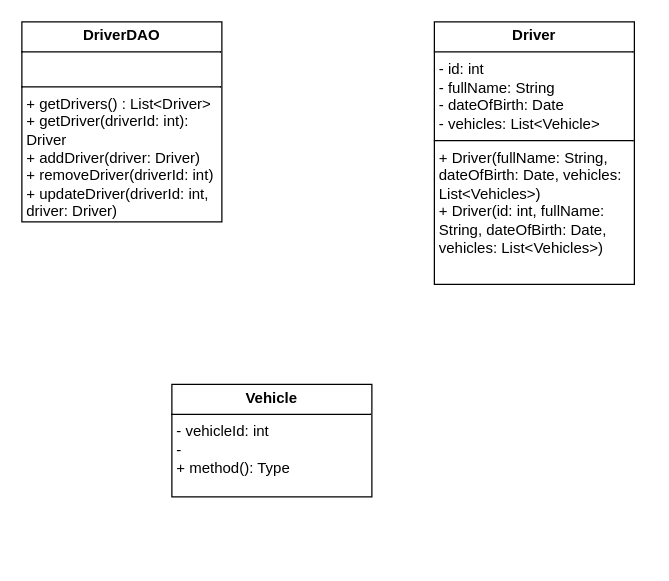
The draw.io diagram lab2.drawio in duahifnv/SystemsArchitecture, before the edit. Source tidied: cells renumbered, new cells numbered last; positions are measured from the earlier drawing's top-left corner, leaving out a move shared by most shapes. Both pictures are drawn from the tidied source at 125%, with x=0, y=0 at pixel (21, 21).
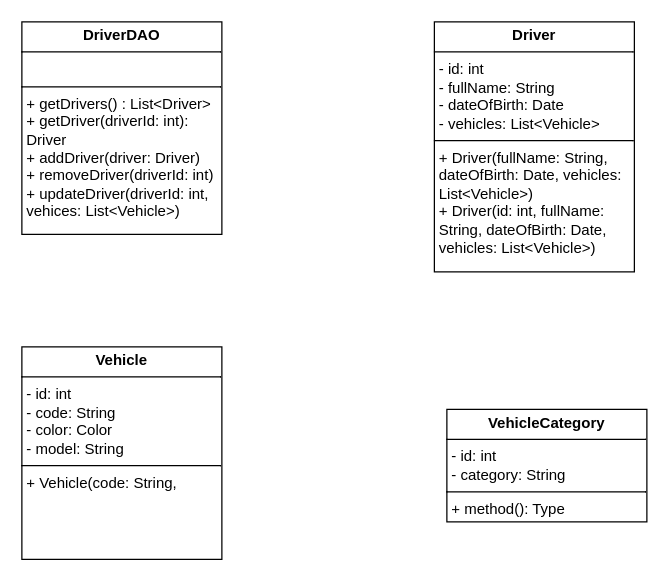
The same diagram, later.

What changed in the source:
```diff
@@
 <mxGraphModel>
   <root>
     <mxCell id="0" />
     <mxCell id="1" parent="0" />
-    <mxCell id="2" value="&lt;p style=&quot;margin:0px;margin-top:4px;text-align:center;&quot;&gt;&lt;b&gt;DriverDAO&lt;/b&gt;&lt;/p&gt;&lt;hr size=&quot;1&quot; style=&quot;border-style:solid;&quot;&gt;&lt;p style=&quot;margin:0px;margin-left:4px;&quot;&gt;&lt;br&gt;&lt;/p&gt;&lt;hr size=&quot;1&quot; style=&quot;border-style:solid;&quot;&gt;&lt;p style=&quot;margin:0px;margin-left:4px;&quot;&gt;+ getDrivers() : List&amp;lt;Driver&amp;gt;&lt;/p&gt;&lt;p style=&quot;margin:0px;margin-left:4px;&quot;&gt;+ getDriver(driverId: int): Driver&lt;/p&gt;&lt;p style=&quot;margin:0px;margin-left:4px;&quot;&gt;+ addDriver(driver: Driver)&lt;/p&gt;&lt;p style=&quot;margin:0px;margin-left:4px;&quot;&gt;+ removeDriver(driverId: int)&lt;/p&gt;&lt;p style=&quot;margin:0px;margin-left:4px;&quot;&gt;+ updateDriver(driverId: int, driver: Driver)&lt;/p&gt;" style="verticalAlign=top;align=left;overflow=fill;html=1;whiteSpace=wrap;" parent="1" vertex="1">
-      <mxGeometry width="160" height="160" as="geometry" />
+    <mxCell id="2" value="&lt;p style=&quot;margin:0px;margin-top:4px;text-align:center;&quot;&gt;&lt;b&gt;DriverDAO&lt;/b&gt;&lt;/p&gt;&lt;hr size=&quot;1&quot; style=&quot;border-style:solid;&quot;&gt;&lt;p style=&quot;margin:0px;margin-left:4px;&quot;&gt;&lt;br&gt;&lt;/p&gt;&lt;hr size=&quot;1&quot; style=&quot;border-style:solid;&quot;&gt;&lt;p style=&quot;margin:0px;margin-left:4px;&quot;&gt;+ getDrivers() : List&amp;lt;Driver&amp;gt;&lt;/p&gt;&lt;p style=&quot;margin:0px;margin-left:4px;&quot;&gt;+ getDriver(driverId: int): Driver&lt;/p&gt;&lt;p style=&quot;margin:0px;margin-left:4px;&quot;&gt;+ addDriver(driver: Driver)&lt;/p&gt;&lt;p style=&quot;margin:0px;margin-left:4px;&quot;&gt;+ removeDriver(driverId: int)&lt;/p&gt;&lt;p style=&quot;margin:0px;margin-left:4px;&quot;&gt;+ updateDriver(driverId: int, vehices: List&amp;lt;Vehicle&amp;gt;)&lt;/p&gt;" style="verticalAlign=top;align=left;overflow=fill;html=1;whiteSpace=wrap;" parent="1" vertex="1">
+      <mxGeometry width="160" height="170" as="geometry" />
     </mxCell>
-    <mxCell id="3" value="&lt;p style=&quot;margin:0px;margin-top:4px;text-align:center;&quot;&gt;&lt;b&gt;Driver&lt;/b&gt;&lt;/p&gt;&lt;hr size=&quot;1&quot; style=&quot;border-style:solid;&quot;&gt;&lt;p style=&quot;margin:0px;margin-left:4px;&quot;&gt;- id: int&lt;/p&gt;&lt;p style=&quot;margin:0px;margin-left:4px;&quot;&gt;- fullName: String&lt;/p&gt;&lt;p style=&quot;margin:0px;margin-left:4px;&quot;&gt;- dateOfBirth: Date&lt;/p&gt;&lt;p style=&quot;margin:0px;margin-left:4px;&quot;&gt;- vehicles: List&amp;lt;Vehicle&amp;gt;&lt;/p&gt;&lt;hr size=&quot;1&quot; style=&quot;border-style:solid;&quot;&gt;&lt;p style=&quot;margin:0px;margin-left:4px;&quot;&gt;+ Driver(fullName: String, dateOfBirth: Date, vehicles: List&amp;lt;Vehicles&amp;gt;)&lt;/p&gt;&lt;p style=&quot;margin:0px;margin-left:4px;&quot;&gt;+ Driver(id: int,&amp;nbsp;&lt;span style=&quot;background-color: initial;&quot;&gt;fullName: String, dateOfBirth: Date, vehicles: List&amp;lt;Vehicles&amp;gt;)&lt;/span&gt;&lt;/p&gt;" style="verticalAlign=top;align=left;overflow=fill;html=1;whiteSpace=wrap;" parent="1" vertex="1">
-      <mxGeometry x="330" width="160" height="210" as="geometry" />
+    <mxCell id="3" value="&lt;p style=&quot;margin:0px;margin-top:4px;text-align:center;&quot;&gt;&lt;b&gt;Driver&lt;/b&gt;&lt;/p&gt;&lt;hr size=&quot;1&quot; style=&quot;border-style:solid;&quot;&gt;&lt;p style=&quot;margin:0px;margin-left:4px;&quot;&gt;- id: int&lt;/p&gt;&lt;p style=&quot;margin:0px;margin-left:4px;&quot;&gt;- fullName: String&lt;/p&gt;&lt;p style=&quot;margin:0px;margin-left:4px;&quot;&gt;- dateOfBirth: Date&lt;/p&gt;&lt;p style=&quot;margin:0px;margin-left:4px;&quot;&gt;- vehicles: List&amp;lt;Vehicle&amp;gt;&lt;/p&gt;&lt;hr size=&quot;1&quot; style=&quot;border-style:solid;&quot;&gt;&lt;p style=&quot;margin:0px;margin-left:4px;&quot;&gt;+ Driver(fullName: String, dateOfBirth: Date, vehicles: List&amp;lt;Vehicle&amp;gt;)&lt;/p&gt;&lt;p style=&quot;margin:0px;margin-left:4px;&quot;&gt;+ Driver(id: int,&amp;nbsp;&lt;span style=&quot;background-color: initial;&quot;&gt;fullName: String, dateOfBirth: Date, vehicles: List&amp;lt;Vehicle&amp;gt;)&lt;/span&gt;&lt;/p&gt;" style="verticalAlign=top;align=left;overflow=fill;html=1;whiteSpace=wrap;" parent="1" vertex="1">
+      <mxGeometry x="330" width="160" height="200" as="geometry" />
     </mxCell>
-    <mxCell id="4" value="&lt;p style=&quot;margin:0px;margin-top:4px;text-align:center;&quot;&gt;&lt;b&gt;Vehicle&lt;/b&gt;&lt;/p&gt;&lt;hr size=&quot;1&quot; style=&quot;border-style:solid;&quot;&gt;&lt;p style=&quot;margin:0px;margin-left:4px;&quot;&gt;- vehicleId: int&lt;/p&gt;&lt;p style=&quot;margin:0px;margin-left:4px;&quot;&gt;-&amp;nbsp;&lt;/p&gt;&lt;p style=&quot;margin:0px;margin-left:4px;&quot;&gt;+ method(): Type&lt;/p&gt;" style="verticalAlign=top;align=left;overflow=fill;html=1;whiteSpace=wrap;" parent="1" vertex="1">
-      <mxGeometry x="120" y="290" width="160" height="90" as="geometry" />
-    </mxCell>
+    <mxCell id="5" value="&lt;p style=&quot;margin:0px;margin-top:4px;text-align:center;&quot;&gt;&lt;b&gt;Vehicle&lt;/b&gt;&lt;/p&gt;&lt;hr size=&quot;1&quot; style=&quot;border-style:solid;&quot;&gt;&lt;p style=&quot;margin: 0px 0px 0px 4px;&quot;&gt;- id: int&lt;/p&gt;&lt;p style=&quot;margin: 0px 0px 0px 4px;&quot;&gt;- code: String&lt;/p&gt;&lt;p style=&quot;margin: 0px 0px 0px 4px;&quot;&gt;- color: Color&lt;/p&gt;&lt;p style=&quot;margin: 0px 0px 0px 4px;&quot;&gt;- model: String&lt;/p&gt;&lt;hr size=&quot;1&quot; style=&quot;border-style:solid;&quot;&gt;&lt;p style=&quot;margin:0px;margin-left:4px;&quot;&gt;+ Vehicle(code: String,&amp;nbsp;&amp;nbsp;&lt;/p&gt;" style="verticalAlign=top;align=left;overflow=fill;html=1;whiteSpace=wrap;" parent="1" vertex="1">
+      <mxGeometry y="260" width="160" height="170" as="geometry" />
+    </mxCell>
+    <mxCell id="6" value="&lt;p style=&quot;margin:0px;margin-top:4px;text-align:center;&quot;&gt;&lt;b&gt;VehicleCategory&lt;/b&gt;&lt;/p&gt;&lt;hr size=&quot;1&quot; style=&quot;border-style:solid;&quot;&gt;&lt;p style=&quot;margin:0px;margin-left:4px;&quot;&gt;- id: int&lt;/p&gt;&lt;p style=&quot;margin:0px;margin-left:4px;&quot;&gt;- category: String&lt;/p&gt;&lt;hr size=&quot;1&quot; style=&quot;border-style:solid;&quot;&gt;&lt;p style=&quot;margin:0px;margin-left:4px;&quot;&gt;+ method(): Type&lt;/p&gt;" style="verticalAlign=top;align=left;overflow=fill;html=1;whiteSpace=wrap;" parent="1" vertex="1">
+      <mxGeometry x="340" y="310" width="160" height="90" as="geometry" />
+    </mxCell>
   </root>
 </mxGraphModel>
```
